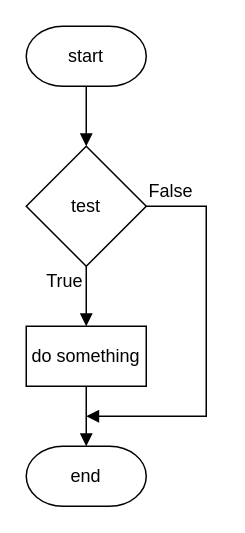
Before: page "fc if-1" (1 of 17) of n5-cs/sdd/assets/N5 SDD.drawio in MrFriendCS/MrFriendCS.github.io, a draw.io diagram. Source tidied: cells renumbered, new cells numbered last; positions are measured from the earlier drawing's top-left corner, leaving out a move shared by most shapes. Both pictures are drawn from the tidied source at 150%, with x=0, y=0 at pixel (26, 26).
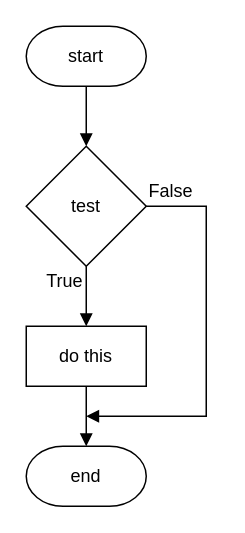
Above is the later version.

Diff of the diagram source:
```diff
@@
 <mxGraphModel>
   <root>
     <mxCell id="0" />
     <mxCell id="1" parent="0" />
     <mxCell id="2" style="edgeStyle=orthogonalEdgeStyle;rounded=0;jettySize=auto;html=1;exitX=0.5;exitY=1;exitDx=0;exitDy=0;entryX=0.5;entryY=0;entryDx=0;entryDy=0;exitPerimeter=0;endArrow=block;endFill=1;" parent="1" edge="1" source="4" target="8">
       <mxGeometry relative="1" as="geometry" />
     </mxCell>
     <mxCell id="3" value="True" style="text;html=1;strokeColor=none;fillColor=none;align=right;verticalAlign=middle;whiteSpace=wrap;rounded=0;" parent="1" vertex="1">
       <mxGeometry y="160" width="40" height="20" as="geometry" />
     </mxCell>
     <mxCell id="4" value="start" style="strokeWidth=1;html=1;shape=mxgraph.flowchart.terminator;whiteSpace=wrap;fillColor=none;" parent="1" vertex="1">
       <mxGeometry width="80" height="40" as="geometry" />
     </mxCell>
     <mxCell id="5" value="end" style="strokeWidth=1;html=1;shape=mxgraph.flowchart.terminator;whiteSpace=wrap;fillColor=none;" parent="1" vertex="1">
       <mxGeometry y="280" width="80" height="40" as="geometry" />
     </mxCell>
     <mxCell id="6" style="edgeStyle=orthogonalEdgeStyle;rounded=0;jettySize=auto;html=1;exitX=0.5;exitY=1;exitDx=0;exitDy=0;entryX=0.5;entryY=0;entryDx=0;entryDy=0;endArrow=block;endFill=1;" parent="1" edge="1" source="8" target="10">
       <mxGeometry relative="1" as="geometry" />
     </mxCell>
     <mxCell id="7" style="edgeStyle=orthogonalEdgeStyle;rounded=0;jettySize=auto;html=1;exitX=1;exitY=0.5;exitDx=0;exitDy=0;endArrow=block;endFill=1;" parent="1" edge="1" source="8">
       <mxGeometry relative="1" as="geometry">
         <mxPoint x="40" y="260" as="targetPoint" />
         <Array as="points">
           <mxPoint x="120" y="120" />
           <mxPoint x="120" y="260" />
           <mxPoint x="40" y="260" />
         </Array>
       </mxGeometry>
     </mxCell>
     <mxCell id="8" value="test" style="rhombus;whiteSpace=wrap;html=1;fillColor=none;" parent="1" vertex="1">
       <mxGeometry y="80" width="80" height="80" as="geometry" />
     </mxCell>
     <mxCell id="9" style="edgeStyle=orthogonalEdgeStyle;rounded=0;jettySize=auto;html=1;exitX=0.5;exitY=1;exitDx=0;exitDy=0;entryX=0.5;entryY=0;entryDx=0;entryDy=0;entryPerimeter=0;endArrow=block;endFill=1;" parent="1" edge="1" source="10" target="5">
       <mxGeometry relative="1" as="geometry">
         <Array as="points">
           <mxPoint x="40" y="280" />
           <mxPoint x="40" y="280" />
         </Array>
       </mxGeometry>
     </mxCell>
-    <mxCell id="10" value="do something" style="rounded=0;whiteSpace=wrap;html=1;fillColor=none;" parent="1" vertex="1">
+    <mxCell id="10" value="do this" style="rounded=0;whiteSpace=wrap;html=1;fillColor=none;" parent="1" vertex="1">
       <mxGeometry y="200" width="80" height="40" as="geometry" />
     </mxCell>
     <mxCell id="11" value="False" style="text;html=1;strokeColor=none;fillColor=none;align=left;verticalAlign=middle;whiteSpace=wrap;rounded=0;" parent="1" vertex="1">
       <mxGeometry x="80" y="100" width="40" height="20" as="geometry" />
     </mxCell>
   </root>
 </mxGraphModel>
```
